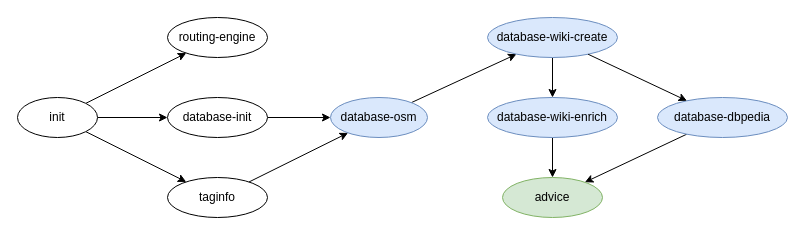
Earlier version of the draw.io diagram content/img/data-prep-deps.drawio (zhukovdm/smartwalk-docs). Source tidied: cells renumbered, new cells numbered last; positions are measured from the earlier drawing's top-left corner, leaving out a move shared by most shapes. Both pictures are drawn from the tidied source at 100%, with x=0, y=0 at pixel (17, 17).
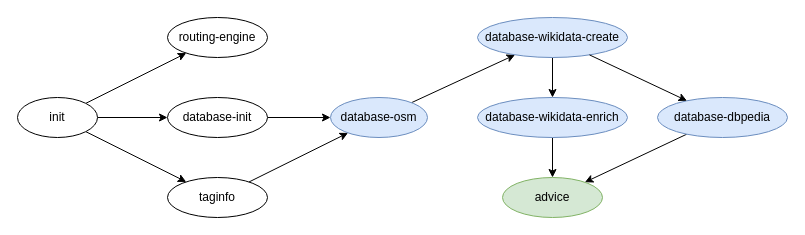
Above is the later version.

Diff of the diagram source:
```diff
@@
-    <mxCell id="14" value="database-wiki-create" style="ellipse;whiteSpace=wrap;html=1;fillColor=#dae8fc;strokeColor=#6c8ebf;" parent="1" vertex="1">
-      <mxGeometry x="470" width="130" height="40" as="geometry" />
+    <mxCell id="14" value="database-wikidata-create" style="ellipse;whiteSpace=wrap;html=1;fillColor=#dae8fc;strokeColor=#6c8ebf;" parent="1" vertex="1">
+      <mxGeometry x="460" width="150" height="40" as="geometry" />
     </mxCell>
@@
-    <mxCell id="16" value="database-wiki-enrich" style="ellipse;whiteSpace=wrap;html=1;fillColor=#dae8fc;strokeColor=#6c8ebf;" parent="1" vertex="1">
-      <mxGeometry x="470" y="80" width="130" height="40" as="geometry" />
+    <mxCell id="16" value="database-wikidata-enrich" style="ellipse;whiteSpace=wrap;html=1;fillColor=#dae8fc;strokeColor=#6c8ebf;" parent="1" vertex="1">
+      <mxGeometry x="460" y="80" width="150" height="40" as="geometry" />
     </mxCell>
```
